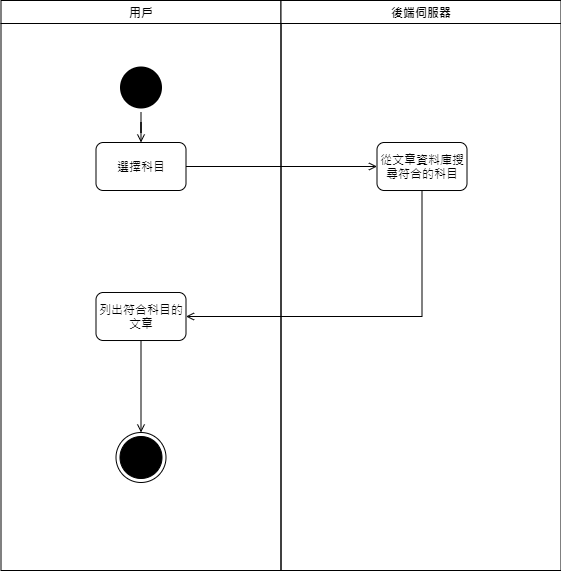
The draw.io diagram src/main/uml/subjectsearch.png in 10746010/Plearnet-back-end, before a commit. Source tidied: cells renumbered, new cells last; positions are measured from the earlier drawing's top-left corner, leaving out a move shared by most shapes.
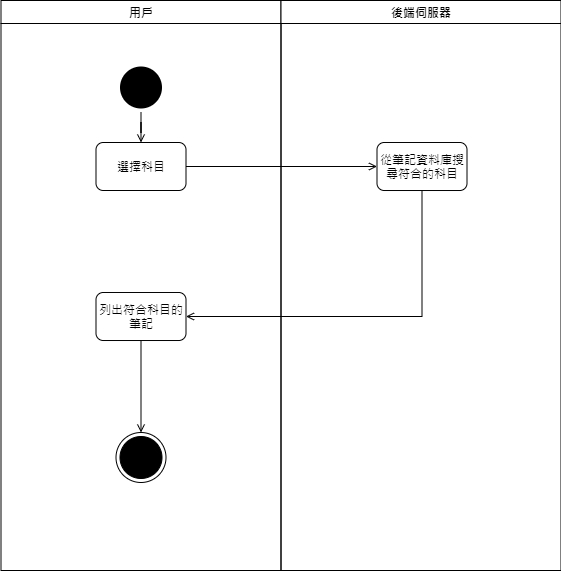
After the commit.

Commit message:
update subjectsearch Activity diagram

The edit, as a diff of the source:
```diff
@@ -20,13 +20,13 @@
     <mxCell id="7" style="edgeStyle=orthogonalEdgeStyle;rounded=0;jettySize=auto;html=1;endArrow=open;endFill=0;" parent="1" edge="1" source="8" target="9">
       <mxGeometry relative="1" as="geometry" />
     </mxCell>
-    <mxCell id="8" value="列出符合科目的&lt;br&gt;文章" style="rounded=1;whiteSpace=wrap;html=1;" parent="1" vertex="1">
+    <mxCell id="8" value="列出符合科目的&lt;br&gt;筆記" style="rounded=1;whiteSpace=wrap;html=1;" parent="1" vertex="1">
       <mxGeometry x="95.5" y="292" width="90" height="48" as="geometry" />
     </mxCell>
     <mxCell id="9" style="ellipse;html=1;shape=endState;fillColor=#000000;" parent="1" vertex="1">
       <mxGeometry x="115.5" y="432" width="50" height="50" as="geometry" />
     </mxCell>
-    <mxCell id="10" value="從文章資料庫搜尋符合的科目" style="rounded=1;whiteSpace=wrap;html=1;" parent="1" vertex="1">
+    <mxCell id="10" value="從筆記資料庫搜尋符合的科目" style="rounded=1;whiteSpace=wrap;html=1;" parent="1" vertex="1">
       <mxGeometry x="376.5" y="142" width="90" height="48" as="geometry" />
     </mxCell>
     <mxCell id="11" style="edgeStyle=orthogonalEdgeStyle;rounded=0;jettySize=auto;html=1;endArrow=open;endFill=0;" parent="1" edge="1" source="6" target="10">
```
